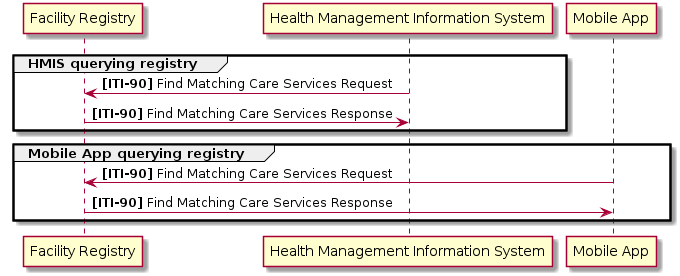
IHE/mCSD-Whitepaper keeps this PlantUML diagram as media/simple-facility-registry-sequence.png. Above is the earlier version.
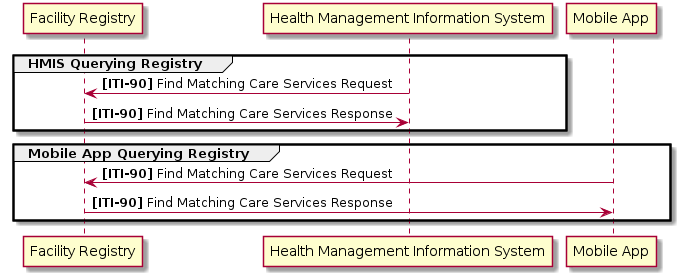
Above is the later version.

The edit, as a diff of the source:
```diff
@@ -5,11 +5,11 @@
 participant "Health Management Information System" as hmis
 participant "Mobile App" as mobile
 
-group HMIS querying registry
+group HMIS Querying Registry
 hmis -> registry: <b>[ITI-90]</b> Find Matching Care Services Request
 registry -> hmis: <b>[ITI-90]</b> Find Matching Care Services Response
 end
-group Mobile App querying registry
+group Mobile App Querying Registry
 mobile -> registry: <b>[ITI-90]</b> Find Matching Care Services Request
 registry -> mobile: <b>[ITI-90]</b> Find Matching Care Services Response
 end
```
